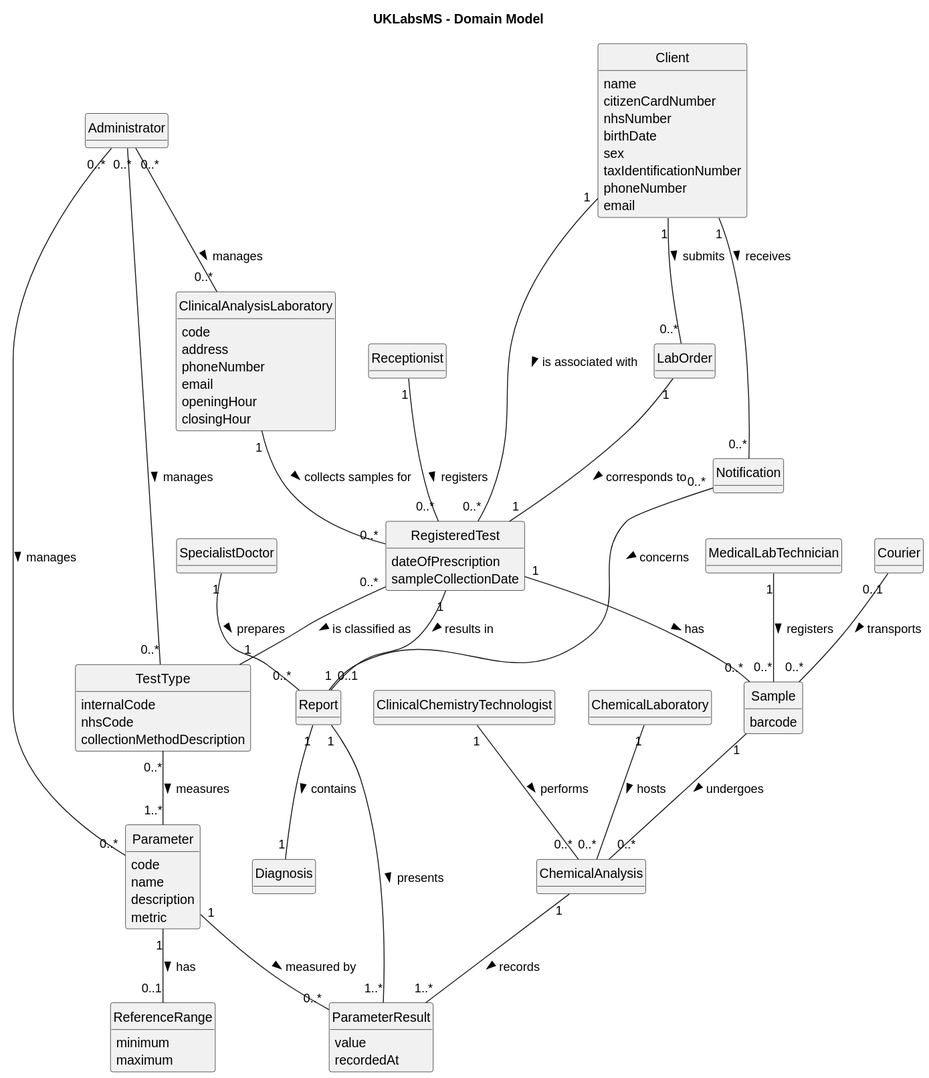
This is docs/system-documentation/global-artifacts/svg/DM.svg from jmaia574/leti-esoft-26-27-B6, a PlantUML export, as it was before one commit. Its diagram source:
```plantuml
@startuml
title UKLabsMS - Domain Model

hide methods
hide circle
skinparam classAttributeIconSize 0

class Client {
    name
    citizenCardNumber
    nhsNumber
    birthDate
    sex
    taxIdentificationNumber
    phoneNumber
    email
}

class Administrator
class Receptionist
class MedicalLabTechnician
class ClinicalChemistryTechnologist
class SpecialistDoctor
class Courier

class ClinicalAnalysisLaboratory {
    code
    address
    phoneNumber
    email
    openingHour
    closingHour
}

class ChemicalLaboratory
class LabOrder

class RegisteredTest {
    dateOfPrescription
    sampleCollectionDate
}

class TestType {
    internalCode
    nhsCode
    collectionMethodDescription
}

class Parameter {
    code
    name
    description
    metric
}

class ReferenceRange {
    minimum
    maximum
}

class Sample {
    barcode
}

class ChemicalAnalysis

class ParameterResult {
    value
    recordedAt
}

class Diagnosis
class Report
class Notification

Client "1" -- "0..*" LabOrder : submits >
Client "1" -- "0..*" RegisteredTest : is associated with >
Receptionist "1" -- "0..*" RegisteredTest : registers >

LabOrder "1" -- "1" RegisteredTest : corresponds to >
RegisteredTest "0..*" -- "1" TestType : is classified as >
ClinicalAnalysisLaboratory "1" -- "0..*" RegisteredTest : collects samples for >

TestType "0..*" -- "1..*" Parameter : measures >
Parameter "1" -- "0..1" ReferenceRange : has >

RegisteredTest "1" -- "0..*" Sample : has >
MedicalLabTechnician "1" -- "0..*" Sample : registers >
Courier "0..1" -- "0..*" Sample : transports >

Sample "1" -- "0..*" ChemicalAnalysis : undergoes >
ChemicalLaboratory "1" -- "0..*" ChemicalAnalysis : hosts >
ClinicalChemistryTechnologist "1" -- "0..*" ChemicalAnalysis : performs >

ChemicalAnalysis "1" -- "1..*" ParameterResult : records >
Parameter "1" -- "0..*" ParameterResult : measured by >

RegisteredTest "1" -- "0..1" Report : results in >
Report "1" -- "1" Diagnosis : contains >
Report "1" -- "1..*" ParameterResult : presents >
SpecialistDoctor "1" -- "0..*" Report : prepares >

Client "1" -- "0..*" Notification : receives >
Notification "0..*" -- "1" Report : concerns >

Administrator "0..*" -- "0..*" TestType : manages >
Administrator "0..*" -- "0..*" Parameter : manages >
Administrator "0..*" -- "0..*" ClinicalAnalysisLaboratory : manages >
@enduml
```
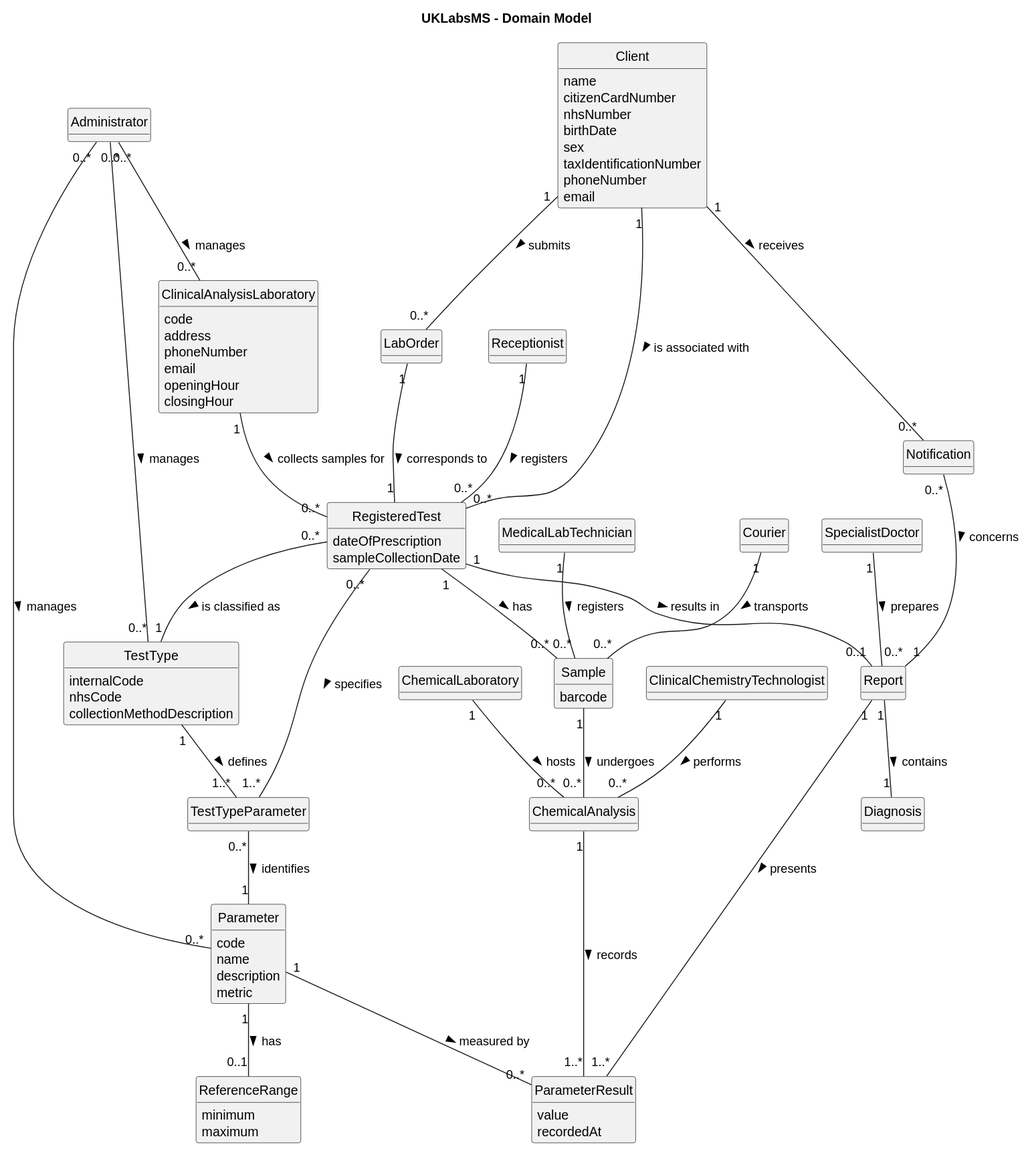
The same file after the commit.

Diff of the diagram source:
```diff
@@ -53,6 +53,8 @@
     metric
 }
 
+class TestTypeParameter
+
 class ReferenceRange {
     minimum
     maximum
@@ -81,12 +83,14 @@
 RegisteredTest "0..*" -- "1" TestType : is classified as >
 ClinicalAnalysisLaboratory "1" -- "0..*" RegisteredTest : collects samples for >
 
-TestType "0..*" -- "1..*" Parameter : measures >
+TestType "1" -- "1..*" TestTypeParameter : defines >
+TestTypeParameter "0..*" -- "1" Parameter : identifies >
+RegisteredTest "0..*" -- "1..*" TestTypeParameter : specifies >
 Parameter "1" -- "0..1" ReferenceRange : has >
 
 RegisteredTest "1" -- "0..*" Sample : has >
 MedicalLabTechnician "1" -- "0..*" Sample : registers >
-Courier "0..1" -- "0..*" Sample : transports >
+Courier "1" -- "0..*" Sample : transports >
 
 Sample "1" -- "0..*" ChemicalAnalysis : undergoes >
 ChemicalLaboratory "1" -- "0..*" ChemicalAnalysis : hosts >
```
